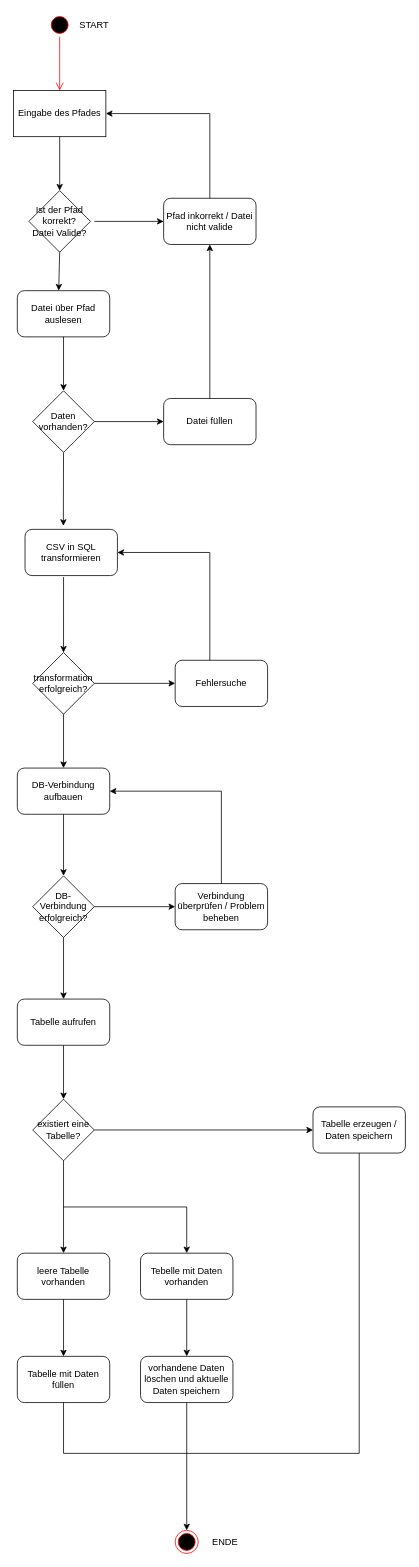
Above: src/main/resources/Activity Diagram.drawio in HollTil/csv2sql (draw.io), before the change. Source tidied: cells renumbered, new cells numbered last; positions are measured from the earlier drawing's top-left corner, leaving out a move shared by most shapes. Both pictures are drawn from the tidied source at 77%, with x=0, y=0 at pixel (13, 13).
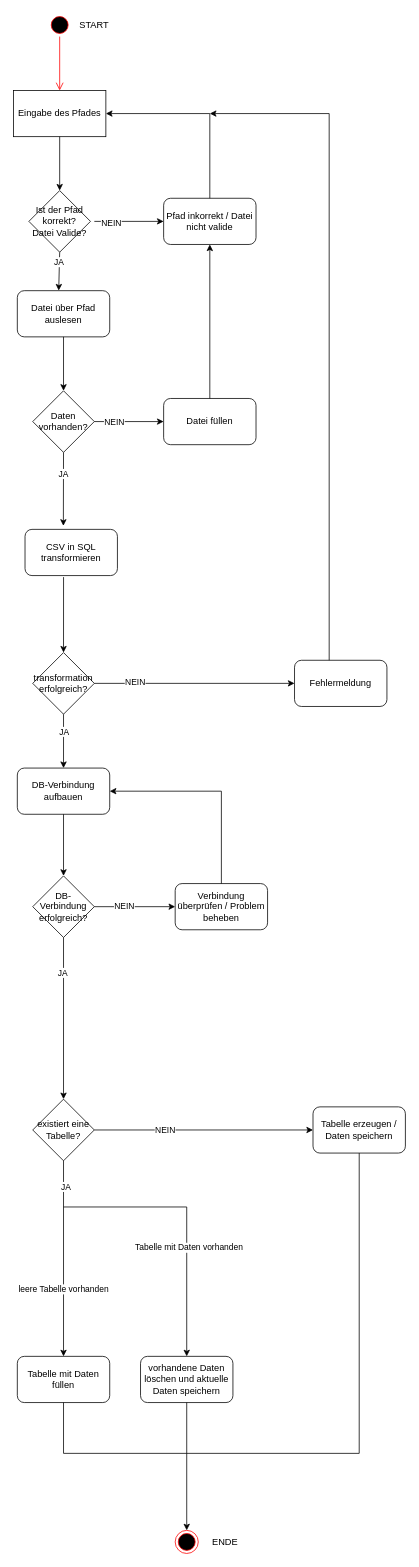
The same page after the edit.

Commit message (it also covers changes not shown here):
Activity Diagram fertig gestellt und als .png hinzugefügt

The change refers to these unchanged cells:
```xml
<mxCell id="10" value="CSV in SQL transformieren" style="rounded=1;whiteSpace=wrap;html=1;" parent="1" vertex="1">
  <mxGeometry x="15" y="670" width="120" height="60" as="geometry" />
</mxCell>
<mxCell id="14" value="DB-Verbindung erfolgreich?" style="rhombus;whiteSpace=wrap;html=1;" parent="1" vertex="1">
  <mxGeometry x="25" y="1120" width="80" height="80" as="geometry" />
</mxCell>
<mxCell id="17" value="existiert eine Tabelle?" style="rhombus;whiteSpace=wrap;html=1;" parent="1" vertex="1">
  <mxGeometry x="25" y="1410" width="80" height="80" as="geometry" />
</mxCell>
<mxCell id="23" style="endArrow=classic;html=1;rounded=0;exitX=0.5;exitY=1;exitDx=0;exitDy=0;entryX=0.448;entryY=-0.003;entryDx=0;entryDy=0;entryPerimeter=0;" parent="1" edge="1" source="6" target="7">
  <mxGeometry relative="1" as="geometry" />
</mxCell>
<mxCell id="25" style="endArrow=classic;html=1;rounded=0;entryX=0.415;entryY=-0.077;entryDx=0;entryDy=0;entryPerimeter=0;exitX=0.5;exitY=1;exitDx=0;exitDy=0;" parent="1" edge="1" source="8" target="10">
  <mxGeometry relative="1" as="geometry" />
</mxCell>
<mxCell id="27" style="endArrow=classic;html=1;rounded=0;exitX=1;exitY=0.5;exitDx=0;exitDy=0;entryX=0;entryY=0.5;entryDx=0;entryDy=0;" parent="1" edge="1" source="8" target="9">
  <mxGeometry relative="1" as="geometry" />
</mxCell>
<mxCell id="29" style="endArrow=classic;html=1;rounded=0;exitX=1;exitY=0.5;exitDx=0;exitDy=0;entryX=0;entryY=0.5;entryDx=0;entryDy=0;" parent="1" edge="1" source="11" target="12">
  <mxGeometry relative="1" as="geometry" />
</mxCell>
<mxCell id="31" style="endArrow=classic;html=1;rounded=0;exitX=0.5;exitY=1;exitDx=0;exitDy=0;entryX=0.5;entryY=0;entryDx=0;entryDy=0;" parent="1" edge="1" source="11" target="13">
  <mxGeometry relative="1" as="geometry" />
</mxCell>
<mxCell id="33" style="endArrow=classic;html=1;rounded=0;exitX=1;exitY=0.5;exitDx=0;exitDy=0;entryX=0;entryY=0.5;entryDx=0;entryDy=0;" parent="1" edge="1" source="14" target="16">
  <mxGeometry relative="1" as="geometry" />
</mxCell>
<mxCell id="38" style="endArrow=classic;html=1;rounded=0;entryX=0;entryY=0.5;entryDx=0;entryDy=0;" parent="1" edge="1" target="20">
  <mxGeometry relative="1" as="geometry">
    <mxPoint x="105" y="270" as="sourcePoint" />
  </mxGeometry>
</mxCell>
<mxCell id="40" value="Tabelle mit Daten füllen" style="rounded=1;whiteSpace=wrap;html=1;" parent="1" vertex="1">
  <mxGeometry x="5" y="1744" width="120" height="60" as="geometry" />
</mxCell>
<mxCell id="41" value="vorhandene Daten löschen und aktuelle Daten speichern" style="rounded=1;whiteSpace=wrap;html=1;" parent="1" vertex="1">
  <mxGeometry x="165" y="1744" width="120" height="60" as="geometry" />
</mxCell>
<mxCell id="42" style="endArrow=classic;html=1;rounded=0;exitX=1;exitY=0.5;exitDx=0;exitDy=0;entryX=0;entryY=0.5;entryDx=0;entryDy=0;" parent="1" edge="1" source="17">
  <mxGeometry relative="1" as="geometry">
    <mxPoint x="389" y="1450" as="targetPoint" />
  </mxGeometry>
</mxCell>
```

The edit, as a diff of the source:
```diff
@@
-    <mxCell id="12" value="Fehlersuche" style="rounded=1;whiteSpace=wrap;html=1;" parent="1" vertex="1">
-      <mxGeometry x="210" y="840" width="120" height="60" as="geometry" />
+    <mxCell id="12" value="Fehlermeldung" style="rounded=1;whiteSpace=wrap;html=1;" parent="1" vertex="1">
+      <mxGeometry x="365" y="840" width="120" height="60" as="geometry" />
     </mxCell>
@@
-    <mxCell id="15" value="Tabelle aufrufen" style="rounded=1;whiteSpace=wrap;html=1;" parent="1" vertex="1">
-      <mxGeometry x="5" y="1280" width="120" height="60" as="geometry" />
-    </mxCell>
@@
-    <mxCell id="18" value="leere Tabelle vorhanden" style="rounded=1;whiteSpace=wrap;html=1;" parent="1" vertex="1">
-      <mxGeometry x="5" y="1610" width="120" height="60" as="geometry" />
-    </mxCell>
-    <mxCell id="19" value="Tebelle mit Daten vorhanden" style="rounded=1;whiteSpace=wrap;html=1;" parent="1" vertex="1">
-      <mxGeometry x="165" y="1610" width="120" height="60" as="geometry" />
-    </mxCell>
@@
+    <mxCell id="51" value="JA" style="edgeLabel;html=1;align=center;verticalAlign=middle;" parent="23" vertex="1">
+      <mxGeometry x="-0.46" y="-1" relative="1" as="geometry" />
+    </mxCell>
@@
+    <mxCell id="52" value="JA" style="edgeLabel;html=1;align=center;verticalAlign=middle;" parent="25" vertex="1">
+      <mxGeometry x="-0.41" relative="1" as="geometry" />
+    </mxCell>
@@
+    <mxCell id="53" value="NEIN" style="edgeLabel;html=1;align=center;verticalAlign=middle;" parent="27" vertex="1">
+      <mxGeometry x="-0.44" relative="1" as="geometry" />
+    </mxCell>
@@
+    <mxCell id="54" value="NEIN" style="edgeLabel;html=1;align=center;verticalAlign=middle;" parent="29" vertex="1">
+      <mxGeometry x="-0.6" y="2" relative="1" as="geometry" />
+    </mxCell>
-    <mxCell id="30" style="endArrow=classic;html=1;rounded=0;exitX=0.375;exitY=0;exitDx=0;exitDy=0;exitPerimeter=0;entryX=1;entryY=0.5;entryDx=0;entryDy=0;" parent="1" edge="1" source="12" target="10">
+    <mxCell id="30" style="endArrow=classic;html=1;rounded=0;exitX=0.375;exitY=0;exitDx=0;exitDy=0;exitPerimeter=0;" parent="1" edge="1" source="12">
       <mxGeometry relative="1" as="geometry">
+        <mxPoint x="255" y="130" as="targetPoint" />
         <Array as="points">
-          <mxPoint x="255" y="700" />
+          <mxPoint x="410" y="130" />
         </Array>
       </mxGeometry>
     </mxCell>
@@
+    <mxCell id="55" value="JA" style="edgeLabel;html=1;align=center;verticalAlign=middle;" parent="31" vertex="1">
+      <mxGeometry x="-0.37" relative="1" as="geometry" />
+    </mxCell>
@@
+    <mxCell id="56" value="NEIN" style="edgeLabel;html=1;align=center;verticalAlign=middle;" parent="33" vertex="1">
+      <mxGeometry x="-0.28" y="1" relative="1" as="geometry" />
+    </mxCell>
-    <mxCell id="34" style="endArrow=classic;html=1;rounded=0;exitX=0.5;exitY=1;exitDx=0;exitDy=0;entryX=0.5;entryY=0;entryDx=0;entryDy=0;" parent="1" edge="1" source="14" target="15">
+    <mxCell id="34" style="endArrow=classic;html=1;rounded=0;exitX=0.5;exitY=1;exitDx=0;exitDy=0;entryX=0.5;entryY=0;entryDx=0;entryDy=0;" parent="1" edge="1" source="14" target="17">
       <mxGeometry relative="1" as="geometry" />
     </mxCell>
-    <mxCell id="35" style="endArrow=classic;html=1;rounded=0;exitX=0.5;exitY=1;exitDx=0;exitDy=0;entryX=0.5;entryY=0;entryDx=0;entryDy=0;" parent="1" edge="1" source="15" target="17">
-      <mxGeometry relative="1" as="geometry" />
-    </mxCell>
+    <mxCell id="57" value="JA" style="edgeLabel;html=1;align=center;verticalAlign=middle;" parent="34" vertex="1">
+      <mxGeometry x="-0.57" y="-2" relative="1" as="geometry" />
+    </mxCell>
-    <mxCell id="36" style="endArrow=classic;html=1;rounded=0;exitX=0.5;exitY=1;exitDx=0;exitDy=0;entryX=0.5;entryY=0;entryDx=0;entryDy=0;" parent="1" edge="1" source="17" target="18">
+    <mxCell id="36" style="endArrow=classic;html=1;rounded=0;exitX=0.5;exitY=1;exitDx=0;exitDy=0;entryX=0.5;entryY=0;entryDx=0;entryDy=0;" parent="1" edge="1" source="17" target="40">
       <mxGeometry relative="1" as="geometry" />
     </mxCell>
+    <mxCell id="18" value="leere Tabelle vorhanden" style="edgeLabel;html=1;align=center;verticalAlign=middle;points=[];" parent="36" vertex="1">
+      <mxGeometry x="0.31" y="-1" relative="1" as="geometry" />
+    </mxCell>
+    <mxCell id="58" value="JA" style="edgeLabel;html=1;align=center;verticalAlign=middle;" parent="36" vertex="1">
+      <mxGeometry x="-0.74" y="2" relative="1" as="geometry" />
+    </mxCell>
-    <mxCell id="37" style="endArrow=classic;html=1;rounded=0;entryX=0.5;entryY=0;entryDx=0;entryDy=0;" parent="1" edge="1" target="19">
+    <mxCell id="37" style="endArrow=classic;html=1;rounded=0;entryX=0.5;entryY=0;entryDx=0;entryDy=0;" parent="1" edge="1" target="41">
       <mxGeometry relative="1" as="geometry">
         <mxPoint x="65" y="1550" as="sourcePoint" />
         <Array as="points">
           <mxPoint x="225" y="1550" />
         </Array>
       </mxGeometry>
     </mxCell>
+    <mxCell id="59" value="Tabelle mit Daten vorhanden" style="edgeLabel;html=1;align=center;verticalAlign=middle;" parent="37" vertex="1">
+      <mxGeometry x="0.2" y="2" relative="1" as="geometry" />
+    </mxCell>
@@
+    <mxCell id="60" value="NEIN" style="edgeLabel;html=1;align=center;verticalAlign=middle;" parent="38" vertex="1">
+      <mxGeometry x="-0.54" y="-2" relative="1" as="geometry" />
+    </mxCell>
@@
+    <mxCell id="61" value="NEIN" style="edgeLabel;html=1;align=center;verticalAlign=middle;" parent="42" vertex="1">
+      <mxGeometry x="-0.36" relative="1" as="geometry" />
+    </mxCell>
@@
-    <mxCell id="44" style="endArrow=classic;html=1;rounded=0;exitX=0.5;exitY=1;exitDx=0;exitDy=0;entryX=0.5;entryY=0;entryDx=0;entryDy=0;" parent="1" edge="1" source="18" target="40">
-      <mxGeometry relative="1" as="geometry" />
-    </mxCell>
-    <mxCell id="45" style="endArrow=classic;html=1;rounded=0;exitX=0.5;exitY=1;exitDx=0;exitDy=0;entryX=0.5;entryY=0;entryDx=0;entryDy=0;" parent="1" edge="1" source="19" target="41">
-      <mxGeometry relative="1" as="geometry" />
-    </mxCell>
```
